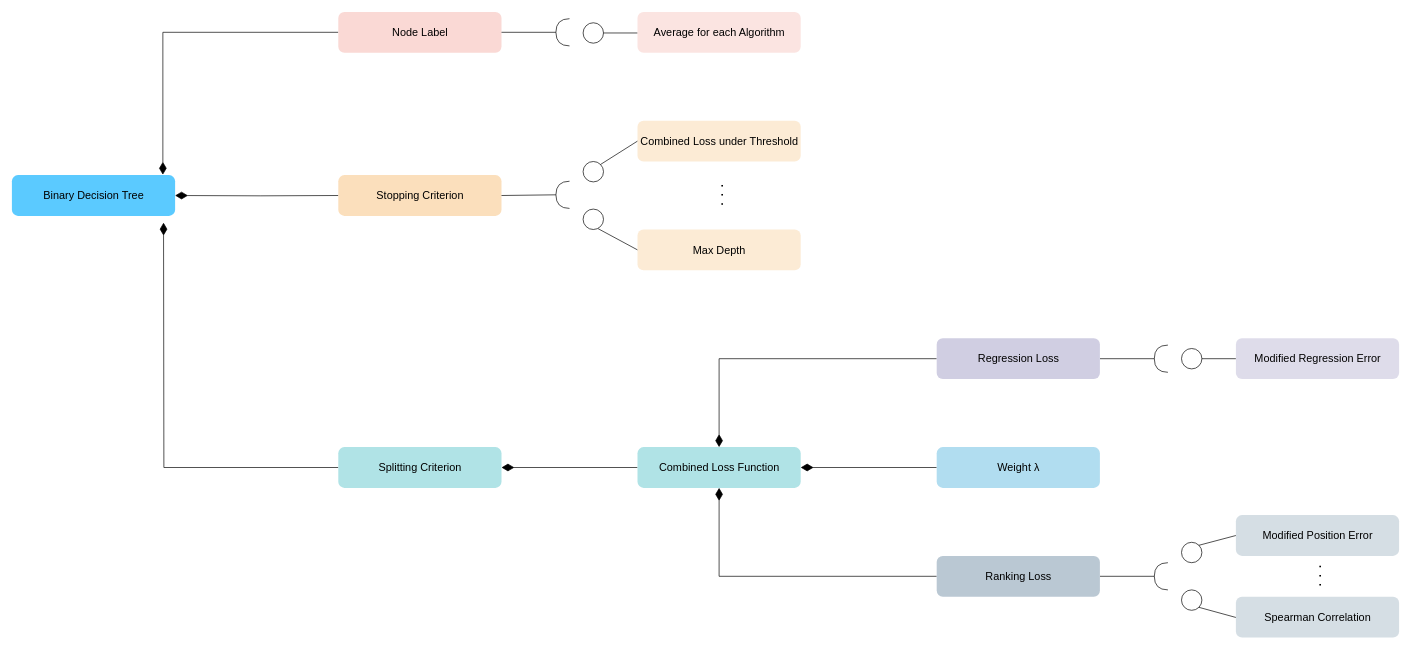
Before: structure.drawio in LukasFehring/LukasFehring, a draw.io diagram. Source tidied: cells renumbered, new cells numbered last; positions are measured from the earlier drawing's top-left corner, leaving out a move shared by most shapes. Both pictures are drawn from the tidied source at 68%, with x=0, y=0 at pixel (12, 12).
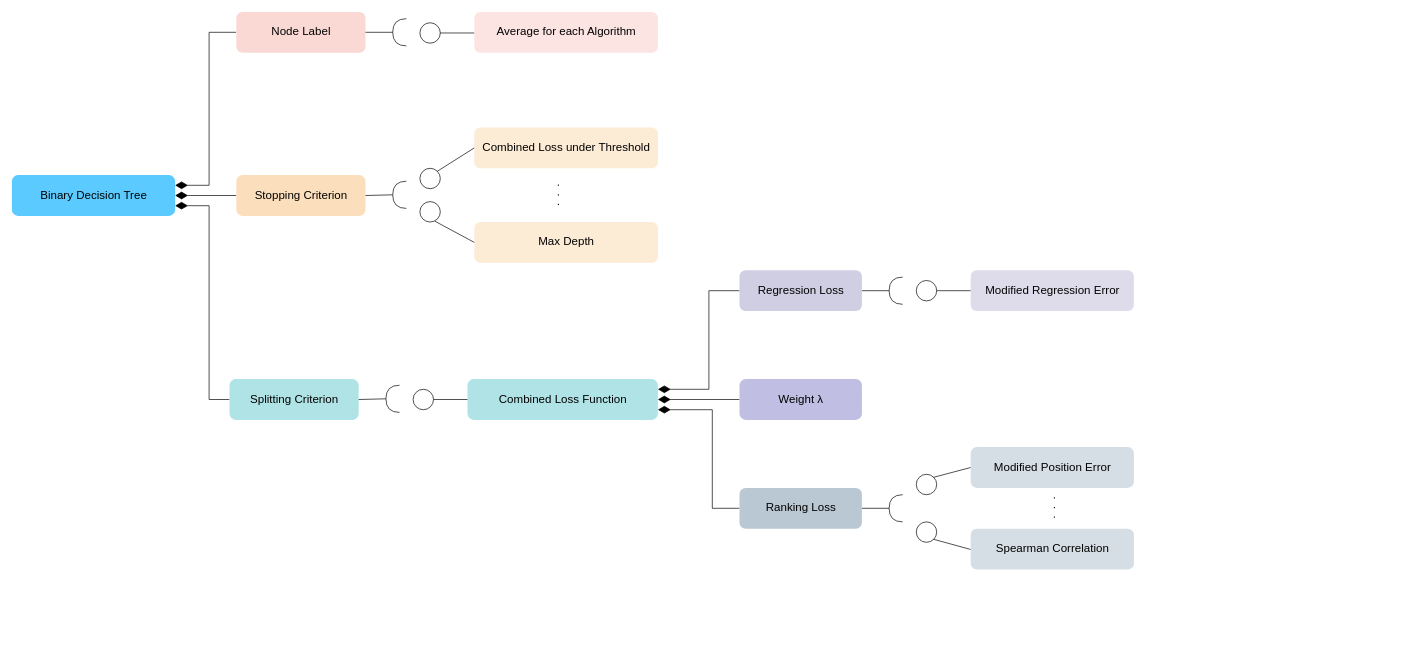
The same diagram, later.

The edit, as a diff of the source:
```diff
@@
-    <mxCell id="2" value="Binary Decision Tree" style="html=1;rounded=1;fontSize=16;fillColor=#16B4FF;strokeColor=none;gradientColor=none;opacity=70;" parent="1" vertex="1">
+    <mxCell id="2" value="Binary Decision Tree" style="html=1;rounded=1;fontSize=17;fillColor=#16B4FF;strokeColor=none;gradientColor=none;opacity=70;fontStyle=0;" parent="1" vertex="1">
       <mxGeometry y="240" width="240" height="60" as="geometry" />
     </mxCell>
-    <mxCell id="3" style="edgeStyle=orthogonalEdgeStyle;rounded=0;jettySize=auto;html=1;endArrow=diamondThin;endFill=1;exitX=0;exitY=0.5;exitDx=0;exitDy=0;entryX=0.925;entryY=-0.009;entryDx=0;entryDy=0;entryPerimeter=0;endSize=16;strokeColor=default;" parent="1" edge="1" source="6" target="2">
-      <mxGeometry relative="1" as="geometry" />
+    <mxCell id="3" style="edgeStyle=orthogonalEdgeStyle;rounded=0;jettySize=auto;html=1;endArrow=diamondThin;endFill=1;exitX=0;exitY=0.5;exitDx=0;exitDy=0;entryX=1;entryY=0.25;entryDx=0;entryDy=0;endSize=16;strokeColor=default;fontSize=17;fontStyle=0;" parent="1" edge="1" source="6" target="2">
+      <mxGeometry relative="1" as="geometry">
+        <Array as="points">
+          <mxPoint x="290" y="30" />
+          <mxPoint x="290" y="255" />
+        </Array>
+      </mxGeometry>
     </mxCell>
-    <mxCell id="4" style="edgeStyle=orthogonalEdgeStyle;rounded=0;jettySize=auto;html=1;entryX=1;entryY=0.5;entryDx=0;entryDy=0;endArrow=diamondThin;endFill=1;endSize=16;strokeColor=default;" parent="1" edge="1" target="2">
-      <mxGeometry relative="1" as="geometry">
-        <mxPoint x="480" y="270" as="sourcePoint" />
-      </mxGeometry>
+    <mxCell id="4" style="edgeStyle=orthogonalEdgeStyle;rounded=0;jettySize=auto;html=1;entryX=1;entryY=0.5;entryDx=0;entryDy=0;endArrow=diamondThin;endFill=1;endSize=16;strokeColor=default;exitX=0;exitY=0.5;exitDx=0;exitDy=0;fontSize=17;fontStyle=0;" parent="1" edge="1" source="10" target="2">
+      <mxGeometry relative="1" as="geometry" />
     </mxCell>
-    <mxCell id="5" style="edgeStyle=orthogonalEdgeStyle;rounded=0;jettySize=auto;html=1;endArrow=diamondThin;endFill=1;exitX=0;exitY=0.5;exitDx=0;exitDy=0;endSize=16;strokeColor=default;" parent="1" edge="1" source="18">
+    <mxCell id="5" style="edgeStyle=orthogonalEdgeStyle;rounded=0;jettySize=auto;html=1;endArrow=diamondThin;endFill=1;exitX=0;exitY=0.5;exitDx=0;exitDy=0;endSize=16;strokeColor=default;entryX=1;entryY=0.75;entryDx=0;entryDy=0;fontSize=17;fontStyle=0;" parent="1" edge="1" source="18" target="2">
       <mxGeometry relative="1" as="geometry">
-        <mxPoint x="223" y="310" as="targetPoint" />
+        <Array as="points">
+          <mxPoint x="290" y="570" />
+          <mxPoint x="290" y="285" />
+        </Array>
       </mxGeometry>
     </mxCell>
-    <mxCell id="6" value="Node Label" style="html=1;rounded=1;fontSize=16;fillColor=#fad9d5;strokeColor=none;rotation=0;" parent="1" vertex="1">
-      <mxGeometry x="480" width="240" height="60" as="geometry" />
+    <mxCell id="6" value="Node Label" style="html=1;rounded=1;fontSize=17;fillColor=#fad9d5;strokeColor=none;rotation=0;fontStyle=0;" parent="1" vertex="1">
+      <mxGeometry x="330" width="190" height="60" as="geometry" />
     </mxCell>
-    <mxCell id="7" style="ellipse;fillColor=default;strokeColor=default;fontSize=16;rotation=0;" parent="1" vertex="1">
-      <mxGeometry x="840" y="16" width="30" height="30" as="geometry" />
+    <mxCell id="7" style="ellipse;fillColor=default;strokeColor=default;fontSize=17;rotation=0;fontStyle=0;" parent="1" vertex="1">
+      <mxGeometry x="600" y="16" width="30" height="30" as="geometry" />
     </mxCell>
-    <mxCell id="8" style="endArrow=none;html=1;rounded=0;entryX=1;entryY=0.5;entryDx=0;entryDy=0;fontSize=16;strokeColor=default;" parent="1" edge="1" target="7">
+    <mxCell id="8" style="endArrow=none;html=1;rounded=0;entryX=1;entryY=0.5;entryDx=0;entryDy=0;fontSize=17;strokeColor=default;fontStyle=0;" parent="1" edge="1" target="7">
       <mxGeometry relative="1" as="geometry">
-        <mxPoint x="920" y="31" as="sourcePoint" />
+        <mxPoint x="680" y="31" as="sourcePoint" />
       </mxGeometry>
     </mxCell>
-    <mxCell id="9" value="Average for each Algorithm" style="html=1;rounded=1;fontSize=16;fillColor=#fad9d5;strokeColor=none;rotation=0;opacity=70;" parent="1" vertex="1">
-      <mxGeometry x="920" width="240" height="60" as="geometry" />
+    <mxCell id="9" value="Average for each Algorithm" style="html=1;rounded=1;fontSize=17;fillColor=#fad9d5;strokeColor=none;rotation=0;opacity=70;fontStyle=0;" parent="1" vertex="1">
+      <mxGeometry x="680" width="270" height="60" as="geometry" />
     </mxCell>
-    <mxCell id="10" value="Stopping Criterion" style="html=1;rounded=1;fontSize=16;fillColor=#fad7ac;strokeColor=none;rotation=0;opacity=80;" parent="1" vertex="1">
-      <mxGeometry x="480" y="240" width="240" height="60" as="geometry" />
+    <mxCell id="10" value="Stopping Criterion" style="html=1;rounded=1;fontSize=17;fillColor=#fad7ac;strokeColor=none;rotation=0;opacity=80;fontStyle=0;" parent="1" vertex="1">
+      <mxGeometry x="330" y="240" width="190" height="60" as="geometry" />
     </mxCell>
-    <mxCell id="11" style="ellipse;fillColor=default;strokeColor=default;fontSize=16;rotation=0;" parent="1" vertex="1">
-      <mxGeometry x="840" y="220" width="30" height="30" as="geometry" />
+    <mxCell id="11" style="ellipse;fillColor=default;strokeColor=default;fontSize=17;rotation=0;fontStyle=0;" parent="1" vertex="1">
+      <mxGeometry x="600" y="230" width="30" height="30" as="geometry" />
     </mxCell>
-    <mxCell id="12" style="endArrow=none;html=1;rounded=0;entryX=1;entryY=0;entryDx=0;entryDy=0;fontSize=16;strokeColor=default;exitX=0;exitY=0.5;exitDx=0;exitDy=0;" parent="1" edge="1" source="13" target="11">
+    <mxCell id="12" style="endArrow=none;html=1;rounded=0;entryX=1;entryY=0;entryDx=0;entryDy=0;fontSize=17;strokeColor=default;exitX=0;exitY=0.5;exitDx=0;exitDy=0;fontStyle=0;" parent="1" edge="1" source="13" target="11">
       <mxGeometry relative="1" as="geometry" />
     </mxCell>
-    <mxCell id="13" value="Combined Loss under Threshold" style="html=1;rounded=1;fontSize=16;fillColor=#fad7ac;strokeColor=none;rotation=0;opacity=50;" parent="1" vertex="1">
-      <mxGeometry x="920" y="160" width="240" height="60" as="geometry" />
+    <mxCell id="13" value="Combined Loss under Threshold" style="html=1;rounded=1;fontSize=17;fillColor=#fad7ac;strokeColor=none;rotation=0;opacity=50;fontStyle=0;" parent="1" vertex="1">
+      <mxGeometry x="680" y="170" width="270" height="60" as="geometry" />
     </mxCell>
-    <mxCell id="14" style="ellipse;fillColor=default;strokeColor=default;fontSize=16;rotation=0;" parent="1" vertex="1">
-      <mxGeometry x="840" y="290" width="30" height="30" as="geometry" />
+    <mxCell id="14" style="ellipse;fillColor=default;strokeColor=default;fontSize=17;rotation=0;fontStyle=0;" parent="1" vertex="1">
+      <mxGeometry x="600" y="279" width="30" height="30" as="geometry" />
     </mxCell>
-    <mxCell id="15" style="endArrow=none;html=1;rounded=0;entryX=0.736;entryY=0.96;entryDx=0;entryDy=0;fontSize=16;strokeColor=default;exitX=0;exitY=0.5;exitDx=0;exitDy=0;entryPerimeter=0;" parent="1" edge="1" source="16" target="14">
+    <mxCell id="15" style="endArrow=none;html=1;rounded=0;entryX=0.736;entryY=0.96;entryDx=0;entryDy=0;fontSize=17;strokeColor=default;exitX=0;exitY=0.5;exitDx=0;exitDy=0;entryPerimeter=0;fontStyle=0;" parent="1" edge="1" source="16" target="14">
       <mxGeometry relative="1" as="geometry" />
     </mxCell>
-    <mxCell id="16" value="Max Depth" style="html=1;rounded=1;fontSize=16;fillColor=#fad7ac;strokeColor=none;rotation=0;opacity=50;" parent="1" vertex="1">
-      <mxGeometry x="920" y="320" width="240" height="60" as="geometry" />
+    <mxCell id="16" value="Max Depth" style="html=1;rounded=1;fontSize=17;fillColor=#fad7ac;strokeColor=none;rotation=0;opacity=50;fontStyle=0;" parent="1" vertex="1">
+      <mxGeometry x="680" y="309" width="270" height="60" as="geometry" />
     </mxCell>
-    <mxCell id="17" value="&lt;font size=&quot;1&quot;&gt;&lt;b style=&quot;font-size: 16px&quot;&gt;.&amp;nbsp; .&amp;nbsp; .&lt;/b&gt;&lt;/font&gt;" style="text;html=1;align=center;verticalAlign=middle;strokeColor=none;fillColor=none;fontSize=16;rotation=0;horizontal=0;" parent="1" vertex="1">
-      <mxGeometry x="1020" y="250" width="40" height="40" as="geometry" />
+    <mxCell id="17" value="&lt;font style=&quot;font-size: 17px;&quot;&gt;&lt;span style=&quot;font-size: 17px;&quot;&gt;.&amp;nbsp; .&amp;nbsp; .&lt;/span&gt;&lt;/font&gt;" style="text;html=1;align=center;verticalAlign=middle;strokeColor=none;fillColor=none;fontSize=17;rotation=0;horizontal=0;fontStyle=0;" parent="1" vertex="1">
+      <mxGeometry x="780" y="250" width="40" height="40" as="geometry" />
     </mxCell>
-    <mxCell id="18" value="Splitting Criterion" style="html=1;rounded=1;fontSize=16;fillColor=#b0e3e6;strokeColor=none;rotation=0;" parent="1" vertex="1">
-      <mxGeometry x="480" y="640" width="240" height="60" as="geometry" />
+    <mxCell id="18" value="Splitting Criterion" style="html=1;rounded=1;fontSize=17;fillColor=#b0e3e6;strokeColor=none;rotation=0;fontStyle=0;" parent="1" vertex="1">
+      <mxGeometry x="320" y="540" width="190" height="60" as="geometry" />
     </mxCell>
-    <mxCell id="19" style="edgeStyle=orthogonalEdgeStyle;rounded=0;jettySize=auto;html=1;entryX=1;entryY=0.5;entryDx=0;entryDy=0;fontSize=11;endArrow=diamondThin;endFill=1;endSize=16;strokeColor=default;" parent="1" edge="1" source="20" target="18">
-      <mxGeometry relative="1" as="geometry" />
-    </mxCell>
-    <mxCell id="20" value="Combined Loss Function" style="html=1;rounded=1;fontSize=16;fillColor=#b0e3e6;rotation=0;strokeColor=none;" parent="1" vertex="1">
-      <mxGeometry x="920" y="640" width="240" height="60" as="geometry" />
+    <mxCell id="20" value="Combined Loss Function" style="html=1;rounded=1;fontSize=17;fillColor=#b0e3e6;rotation=0;strokeColor=none;fontStyle=0;" parent="1" vertex="1">
+      <mxGeometry x="670" y="540" width="280" height="60" as="geometry" />
     </mxCell>
-    <mxCell id="21" style="ellipse;fontSize=16;rotation=0;rounded=0;strokeColor=default;" parent="1" vertex="1">
-      <mxGeometry x="1720" y="495" width="30" height="30" as="geometry" />
+    <mxCell id="21" style="ellipse;fontSize=17;rotation=0;rounded=0;strokeColor=default;fontStyle=0;" parent="1" vertex="1">
+      <mxGeometry x="1330" y="395" width="30" height="30" as="geometry" />
     </mxCell>
-    <mxCell id="22" style="endArrow=none;html=1;rounded=0;exitX=0;exitY=0.5;exitDx=0;exitDy=0;fontSize=16;strokeColor=default;fillColor=#FF8552;entryX=1;entryY=0.5;entryDx=0;entryDy=0;" parent="1" edge="1" source="23" target="21">
+    <mxCell id="22" style="endArrow=none;html=1;rounded=0;exitX=0;exitY=0.5;exitDx=0;exitDy=0;fontSize=17;strokeColor=default;fillColor=#FF8552;entryX=1;entryY=0.5;entryDx=0;entryDy=0;fontStyle=0;" parent="1" edge="1" source="23" target="21">
       <mxGeometry relative="1" as="geometry" />
     </mxCell>
-    <mxCell id="23" value="Modified Regression Error" style="html=1;rounded=1;fontSize=16;fillColor=#d0cee2;strokeColor=none;rotation=0;opacity=70;" parent="1" vertex="1">
-      <mxGeometry x="1800" y="480" width="240" height="60" as="geometry" />
+    <mxCell id="23" value="Modified Regression Error" style="html=1;rounded=1;fontSize=17;fillColor=#d0cee2;strokeColor=none;rotation=0;opacity=70;fontStyle=0;" parent="1" vertex="1">
+      <mxGeometry x="1410" y="380" width="240" height="60" as="geometry" />
     </mxCell>
-    <mxCell id="24" style="ellipse;fontSize=16;rotation=0;rounded=0;strokeColor=default;" parent="1" vertex="1">
-      <mxGeometry x="1720" y="780" width="30" height="30" as="geometry" />
+    <mxCell id="24" style="ellipse;fontSize=17;rotation=0;rounded=0;strokeColor=default;fontStyle=0;" parent="1" vertex="1">
+      <mxGeometry x="1330" y="680" width="30" height="30" as="geometry" />
     </mxCell>
-    <mxCell id="25" style="endArrow=none;html=1;rounded=0;entryX=1;entryY=0;entryDx=0;entryDy=0;fontSize=16;strokeColor=default;fillColor=#FF8552;exitX=0;exitY=0.5;exitDx=0;exitDy=0;" parent="1" edge="1" source="41" target="24">
+    <mxCell id="25" style="endArrow=none;html=1;rounded=0;entryX=1;entryY=0;entryDx=0;entryDy=0;fontSize=17;strokeColor=default;fillColor=#FF8552;exitX=0;exitY=0.5;exitDx=0;exitDy=0;fontStyle=0;" parent="1" edge="1" source="41" target="24">
       <mxGeometry relative="1" as="geometry" />
     </mxCell>
-    <mxCell id="26" style="ellipse;fontSize=16;rotation=0;rounded=0;strokeColor=default;" parent="1" vertex="1">
-      <mxGeometry x="1720" y="850" width="30" height="30" as="geometry" />
+    <mxCell id="26" style="ellipse;fontSize=17;rotation=0;rounded=0;strokeColor=default;fontStyle=0;" parent="1" vertex="1">
+      <mxGeometry x="1330" y="750" width="30" height="30" as="geometry" />
     </mxCell>
-    <mxCell id="27" style="endArrow=none;html=1;rounded=0;exitX=1;exitY=0.5;exitDx=0;exitDy=0;exitPerimeter=0;fontSize=16;entryX=1;entryY=0.5;entryDx=0;entryDy=0;strokeColor=default;" parent="1" edge="1" source="33">
-      <mxGeometry relative="1" as="geometry">
-        <mxPoint x="1600" y="830" as="targetPoint" />
-      </mxGeometry>
+    <mxCell id="27" style="endArrow=none;html=1;rounded=0;exitX=1;exitY=0.5;exitDx=0;exitDy=0;exitPerimeter=0;fontSize=17;entryX=1;entryY=0.5;entryDx=0;entryDy=0;strokeColor=default;fontStyle=0;" parent="1" edge="1" source="33" target="39">
+      <mxGeometry relative="1" as="geometry" />
     </mxCell>
-    <mxCell id="28" style="shape=requiredInterface;html=1;verticalLabelPosition=bottom;sketch=0;rotation=90;direction=south;fontSize=16;strokeColor=default;" parent="1" vertex="1">
-      <mxGeometry x="790" y="20" width="40" height="20" as="geometry" />
+    <mxCell id="28" style="shape=requiredInterface;html=1;verticalLabelPosition=bottom;sketch=0;rotation=90;direction=south;fontSize=17;strokeColor=default;fontStyle=0;" parent="1" vertex="1">
+      <mxGeometry x="550" y="20" width="40" height="20" as="geometry" />
     </mxCell>
-    <mxCell id="29" style="endArrow=none;html=1;rounded=0;exitX=1;exitY=0.5;exitDx=0;exitDy=0;exitPerimeter=0;fontSize=16;strokeColor=default;entryX=1;entryY=0.5;entryDx=0;entryDy=0;" parent="1" edge="1" source="28" target="6">
+    <mxCell id="29" style="endArrow=none;html=1;rounded=0;exitX=1;exitY=0.5;exitDx=0;exitDy=0;exitPerimeter=0;fontSize=17;strokeColor=default;entryX=1;entryY=0.5;entryDx=0;entryDy=0;fontStyle=0;" parent="1" edge="1" source="28" target="6">
       <mxGeometry relative="1" as="geometry" />
     </mxCell>
-    <mxCell id="30" style="shape=requiredInterface;html=1;verticalLabelPosition=bottom;sketch=0;rotation=90;direction=south;fontSize=16;strokeColor=default;" parent="1" vertex="1">
-      <mxGeometry x="790" y="259" width="40" height="20" as="geometry" />
+    <mxCell id="30" style="shape=requiredInterface;html=1;verticalLabelPosition=bottom;sketch=0;rotation=90;direction=south;fontSize=17;strokeColor=default;fontStyle=0;" parent="1" vertex="1">
+      <mxGeometry x="550" y="259" width="40" height="20" as="geometry" />
     </mxCell>
-    <mxCell id="31" style="shape=requiredInterface;html=1;verticalLabelPosition=bottom;sketch=0;rotation=90;direction=south;fontSize=16;strokeColor=default;fillColor=#FF8552;rounded=0;" parent="1" vertex="1">
-      <mxGeometry x="1670" y="500" width="40" height="20" as="geometry" />
+    <mxCell id="31" style="shape=requiredInterface;html=1;verticalLabelPosition=bottom;sketch=0;rotation=90;direction=south;fontSize=17;strokeColor=default;fillColor=#FF8552;rounded=0;fontStyle=0;" parent="1" vertex="1">
+      <mxGeometry x="1280" y="400" width="40" height="20" as="geometry" />
     </mxCell>
-    <mxCell id="32" style="endArrow=none;html=1;rounded=0;exitX=1;exitY=0.5;exitDx=0;exitDy=0;exitPerimeter=0;fontSize=16;strokeColor=default;entryX=1;entryY=0.5;entryDx=0;entryDy=0;" parent="1" edge="1" source="31" target="43">
+    <mxCell id="32" style="endArrow=none;html=1;rounded=0;exitX=1;exitY=0.5;exitDx=0;exitDy=0;exitPerimeter=0;fontSize=17;strokeColor=default;entryX=1;entryY=0.5;entryDx=0;entryDy=0;fontStyle=0;" parent="1" edge="1" source="31" target="43">
       <mxGeometry relative="1" as="geometry" />
     </mxCell>
-    <mxCell id="33" style="shape=requiredInterface;html=1;verticalLabelPosition=bottom;sketch=0;rotation=90;direction=south;fontSize=16;strokeColor=default;fillColor=#FF8552;rounded=0;" parent="1" vertex="1">
-      <mxGeometry x="1670" y="820" width="40" height="20" as="geometry" />
+    <mxCell id="33" style="shape=requiredInterface;html=1;verticalLabelPosition=bottom;sketch=0;rotation=90;direction=south;fontSize=17;strokeColor=default;fillColor=#FF8552;rounded=0;fontStyle=0;" parent="1" vertex="1">
+      <mxGeometry x="1280" y="720" width="40" height="20" as="geometry" />
     </mxCell>
-    <mxCell id="34" style="endArrow=none;html=1;rounded=0;fontSize=16;strokeColor=default;entryX=1;entryY=0.5;entryDx=0;entryDy=0;exitX=1;exitY=0.5;exitDx=0;exitDy=0;exitPerimeter=0;" parent="1" edge="1" source="30" target="10">
+    <mxCell id="34" style="endArrow=none;html=1;rounded=0;fontSize=17;strokeColor=default;entryX=1;entryY=0.5;entryDx=0;entryDy=0;exitX=1;exitY=0.5;exitDx=0;exitDy=0;exitPerimeter=0;fontStyle=0;" parent="1" edge="1" source="30" target="10">
       <mxGeometry relative="1" as="geometry" />
     </mxCell>
-    <mxCell id="35" style="endArrow=none;html=1;rounded=0;entryX=1;entryY=1;entryDx=0;entryDy=0;fontSize=16;strokeColor=default;fillColor=#FF8552;exitX=0;exitY=0.509;exitDx=0;exitDy=0;exitPerimeter=0;" parent="1" edge="1" source="40" target="26">
+    <mxCell id="35" style="endArrow=none;html=1;rounded=0;entryX=1;entryY=1;entryDx=0;entryDy=0;fontSize=17;strokeColor=default;fillColor=#FF8552;exitX=0;exitY=0.509;exitDx=0;exitDy=0;exitPerimeter=0;fontStyle=0;" parent="1" edge="1" source="40" target="26">
       <mxGeometry relative="1" as="geometry" />
     </mxCell>
-    <mxCell id="36" style="edgeStyle=orthogonalEdgeStyle;rounded=0;jettySize=auto;html=1;endArrow=diamondThin;endFill=1;endSize=16;strokeColor=default;" parent="1" edge="1" source="37" target="20">
+    <mxCell id="36" style="edgeStyle=orthogonalEdgeStyle;rounded=0;jettySize=auto;html=1;endArrow=diamondThin;endFill=1;endSize=16;strokeColor=default;fontSize=17;fontStyle=0;" parent="1" edge="1" source="37" target="20">
       <mxGeometry relative="1" as="geometry" />
     </mxCell>
-    <mxCell id="37" value="&lt;font style=&quot;font-size: 16px&quot;&gt;Weight λ&lt;/font&gt;" style="html=1;rounded=1;fontSize=16;fillColor=#b1ddf0;strokeColor=none;rotation=0;" parent="1" vertex="1">
-      <mxGeometry x="1360" y="640" width="240" height="60" as="geometry" />
+    <mxCell id="37" value="&lt;font style=&quot;font-size: 17px;&quot;&gt;Weight λ&lt;/font&gt;" style="html=1;rounded=1;fontSize=17;fillColor=#C0BEE2;strokeColor=none;rotation=0;fontStyle=0;" parent="1" vertex="1">
+      <mxGeometry x="1070" y="540" width="180" height="60" as="geometry" />
     </mxCell>
-    <mxCell id="38" style="edgeStyle=orthogonalEdgeStyle;rounded=0;jettySize=auto;html=1;entryX=0.5;entryY=1;entryDx=0;entryDy=0;endArrow=diamondThin;endFill=1;endSize=16;strokeColor=default;" parent="1" edge="1" source="39" target="20">
-      <mxGeometry relative="1" as="geometry" />
+    <mxCell id="38" style="edgeStyle=orthogonalEdgeStyle;rounded=0;jettySize=auto;html=1;entryX=1;entryY=0.75;entryDx=0;entryDy=0;endArrow=diamondThin;endFill=1;endSize=16;strokeColor=default;fontSize=17;fontStyle=0;" parent="1" edge="1" source="39" target="20">
+      <mxGeometry relative="1" as="geometry">
+        <Array as="points">
+          <mxPoint x="1030" y="730" />
+          <mxPoint x="1030" y="585" />
+        </Array>
+      </mxGeometry>
     </mxCell>
-    <mxCell id="39" value="Ranking Loss" style="html=1;rounded=1;fontSize=16;fillColor=#bac8d3;strokeColor=none;rotation=0;" parent="1" vertex="1">
-      <mxGeometry x="1360" y="800" width="240" height="60" as="geometry" />
+    <mxCell id="39" value="Ranking Loss" style="html=1;rounded=1;fontSize=17;fillColor=#bac8d3;strokeColor=none;rotation=0;fontStyle=0;" parent="1" vertex="1">
+      <mxGeometry x="1070" y="700" width="180" height="60" as="geometry" />
     </mxCell>
-    <mxCell id="40" value="Spearman Correlation" style="html=1;rounded=1;fontSize=16;fillColor=#bac8d3;strokeColor=none;rotation=0;opacity=60;" parent="1" vertex="1">
-      <mxGeometry x="1800" y="860" width="240" height="60" as="geometry" />
+    <mxCell id="40" value="Spearman Correlation" style="html=1;rounded=1;fontSize=17;fillColor=#bac8d3;strokeColor=none;rotation=0;opacity=60;fontStyle=0;" parent="1" vertex="1">
+      <mxGeometry x="1410" y="760" width="240" height="60" as="geometry" />
     </mxCell>
-    <mxCell id="41" value="Modified Position Error" style="html=1;rounded=1;fontSize=16;fillColor=#bac8d3;strokeColor=none;rotation=0;opacity=60;" parent="1" vertex="1">
-      <mxGeometry x="1800" y="740" width="240" height="60" as="geometry" />
+    <mxCell id="41" value="Modified Position Error" style="html=1;rounded=1;fontSize=17;fillColor=#bac8d3;strokeColor=none;rotation=0;opacity=60;fontStyle=0;" parent="1" vertex="1">
+      <mxGeometry x="1410" y="640" width="240" height="60" as="geometry" />
     </mxCell>
-    <mxCell id="42" style="edgeStyle=orthogonalEdgeStyle;rounded=0;jettySize=auto;html=1;entryX=0.5;entryY=0;entryDx=0;entryDy=0;endArrow=diamondThin;endFill=1;endSize=16;strokeColor=default;" parent="1" edge="1" source="43" target="20">
-      <mxGeometry relative="1" as="geometry" />
+    <mxCell id="42" style="edgeStyle=orthogonalEdgeStyle;rounded=0;jettySize=auto;html=1;entryX=1;entryY=0.25;entryDx=0;entryDy=0;endArrow=diamondThin;endFill=1;endSize=16;strokeColor=default;fontSize=17;fontStyle=0;" parent="1" edge="1" source="43" target="20">
+      <mxGeometry relative="1" as="geometry">
+        <Array as="points">
+          <mxPoint x="1025" y="410" />
+          <mxPoint x="1025" y="555" />
+        </Array>
+      </mxGeometry>
     </mxCell>
-    <mxCell id="43" value="Regression Loss" style="html=1;rounded=1;fontSize=16;fillColor=#d0cee2;strokeColor=none;rotation=0;" parent="1" vertex="1">
-      <mxGeometry x="1360" y="480" width="240" height="60" as="geometry" />
+    <mxCell id="43" value="Regression Loss" style="html=1;rounded=1;fontSize=17;fillColor=#d0cee2;strokeColor=none;rotation=0;fontStyle=0;" parent="1" vertex="1">
+      <mxGeometry x="1070" y="380" width="180" height="60" as="geometry" />
     </mxCell>
-    <mxCell id="44" value="&lt;font size=&quot;1&quot;&gt;&lt;b style=&quot;font-size: 16px&quot;&gt;.&amp;nbsp; .&amp;nbsp; .&lt;/b&gt;&lt;/font&gt;" style="text;html=1;align=center;verticalAlign=middle;strokeColor=none;fillColor=none;fontSize=16;rotation=0;horizontal=0;" parent="1" vertex="1">
-      <mxGeometry x="1900" y="810" width="40" height="40" as="geometry" />
+    <mxCell id="44" value="&lt;font style=&quot;font-size: 17px;&quot;&gt;&lt;span style=&quot;font-size: 17px;&quot;&gt;.&amp;nbsp; .&amp;nbsp; .&lt;/span&gt;&lt;/font&gt;" style="text;html=1;align=center;verticalAlign=middle;strokeColor=none;fillColor=none;fontSize=17;rotation=0;horizontal=0;fontStyle=0;" parent="1" vertex="1">
+      <mxGeometry x="1510" y="710" width="40" height="40" as="geometry" />
     </mxCell>
+    <mxCell id="45" style="ellipse;fillColor=default;strokeColor=default;fontSize=17;rotation=0;fontStyle=0;" parent="1" vertex="1">
+      <mxGeometry x="590" y="555" width="30" height="30" as="geometry" />
+    </mxCell>
+    <mxCell id="46" style="endArrow=none;html=1;rounded=0;entryX=1;entryY=0.5;entryDx=0;entryDy=0;fontSize=17;strokeColor=default;exitX=0;exitY=0.5;exitDx=0;exitDy=0;fontStyle=0;" parent="1" edge="1" source="20" target="45">
+      <mxGeometry relative="1" as="geometry" />
+    </mxCell>
+    <mxCell id="47" style="shape=requiredInterface;html=1;verticalLabelPosition=bottom;sketch=0;rotation=90;direction=south;fontSize=17;strokeColor=default;fontStyle=0;" parent="1" vertex="1">
+      <mxGeometry x="540" y="559" width="40" height="20" as="geometry" />
+    </mxCell>
+    <mxCell id="48" style="endArrow=none;html=1;rounded=0;exitX=1;exitY=0.5;exitDx=0;exitDy=0;exitPerimeter=0;fontSize=17;strokeColor=default;entryX=1;entryY=0.5;entryDx=0;entryDy=0;fontStyle=0;" parent="1" edge="1" source="47" target="18">
+      <mxGeometry relative="1" as="geometry" />
+    </mxCell>
```
